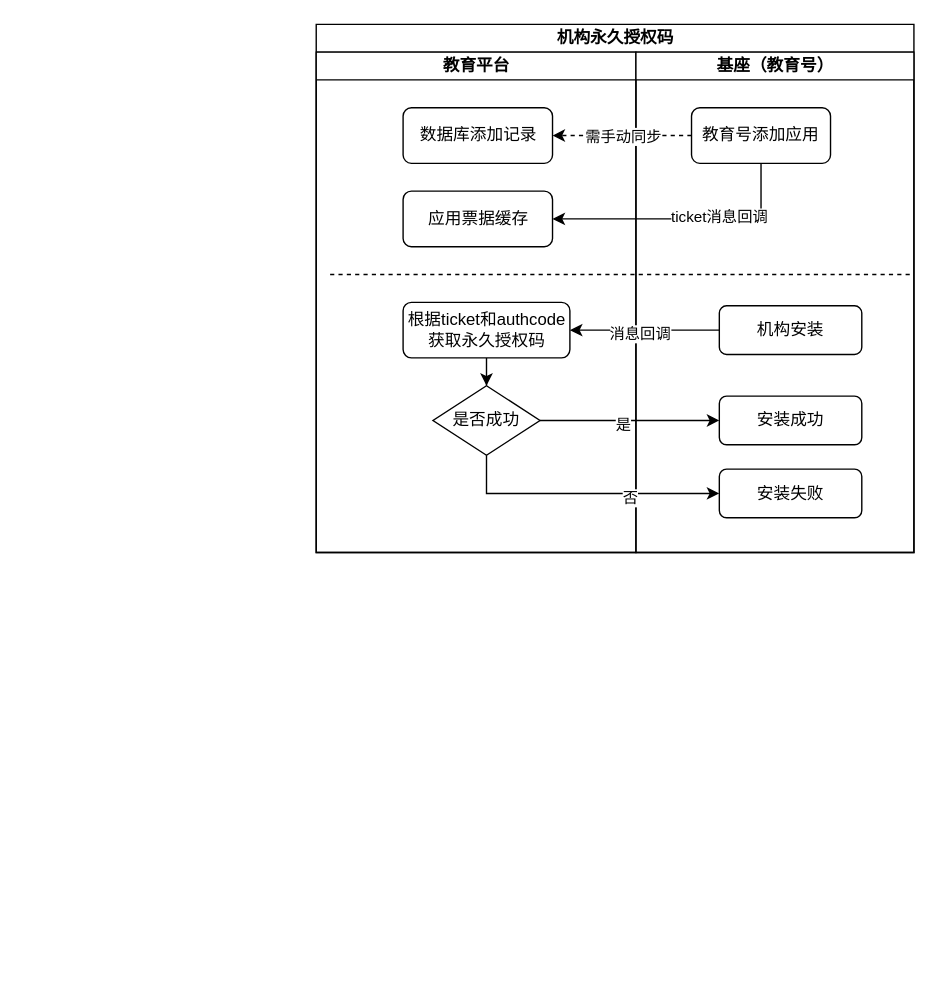
Earlier version of the draw.io diagram 教育号相关流程.drawio (liangdengming/diagrams). Source tidied: cells renumbered, new cells numbered last; positions are measured from the earlier drawing's top-left corner, leaving out a move shared by most shapes. Both pictures are drawn from the tidied source at 139%, with x=0, y=0 at pixel (316, 24).
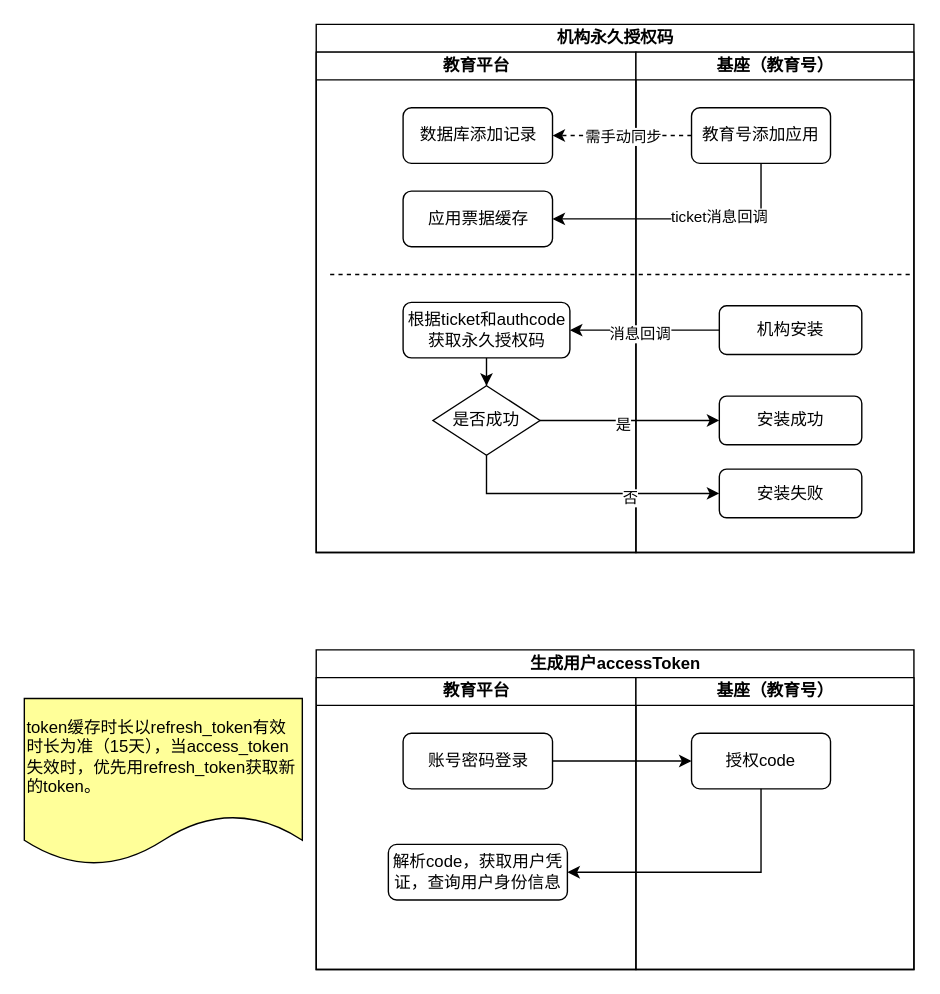
The same page after the edit.

Commit message:
更新教育号相关流程.drawio

Diff of the diagram source:
```diff
@@
+    <mxCell id="25" value="生成用户accessToken" style="swimlane;startSize=20;html=1;" parent="1" vertex="1">
+      <mxGeometry y="450" width="430" height="230" as="geometry" />
+    </mxCell>
+    <mxCell id="26" value="教育平台" style="swimlane;startSize=20;html=1;" parent="25" vertex="1">
+      <mxGeometry y="20" width="230" height="210" as="geometry" />
+    </mxCell>
+    <mxCell id="27" value="账号密码登录" style="rounded=1;whiteSpace=wrap;html=1;" parent="26" vertex="1">
+      <mxGeometry x="62.5" y="40" width="107.5" height="40" as="geometry" />
+    </mxCell>
+    <mxCell id="28" value="解析code，获取用户凭证，查询用户身份信息" style="rounded=1;whiteSpace=wrap;html=1;" parent="26" vertex="1">
+      <mxGeometry x="51.9" y="120" width="128.8" height="40" as="geometry" />
+    </mxCell>
+    <mxCell id="29" value="基座（教育号）" style="swimlane;startSize=20;html=1;" parent="25" vertex="1">
+      <mxGeometry x="230" y="20" width="200" height="210" as="geometry" />
+    </mxCell>
+    <mxCell id="30" value="授权code" style="rounded=1;whiteSpace=wrap;html=1;" parent="29" vertex="1">
+      <mxGeometry x="40" y="40" width="100" height="40" as="geometry" />
+    </mxCell>
+    <mxCell id="31" style="edgeStyle=orthogonalEdgeStyle;rounded=0;jettySize=auto;html=1;" parent="25" edge="1" source="27" target="30">
+      <mxGeometry relative="1" as="geometry" />
+    </mxCell>
+    <mxCell id="32" style="edgeStyle=orthogonalEdgeStyle;rounded=0;jettySize=auto;html=1;entryX=1;entryY=0.5;entryDx=0;entryDy=0;exitX=0.5;exitY=1;exitDx=0;exitDy=0;" parent="25" edge="1" source="30" target="28">
+      <mxGeometry relative="1" as="geometry" />
+    </mxCell>
+    <mxCell id="33" value="token缓存时长以refresh_token有效时长为准（15天），当access_token失效时，优先用refresh_token获取新的token。" style="shape=document;whiteSpace=wrap;html=1;boundedLbl=1;align=left;labelBackgroundColor=none;fillColor=#FFFF99;" parent="1" vertex="1">
+      <mxGeometry x="-210" y="485" width="200" height="120" as="geometry" />
+    </mxCell>
```
